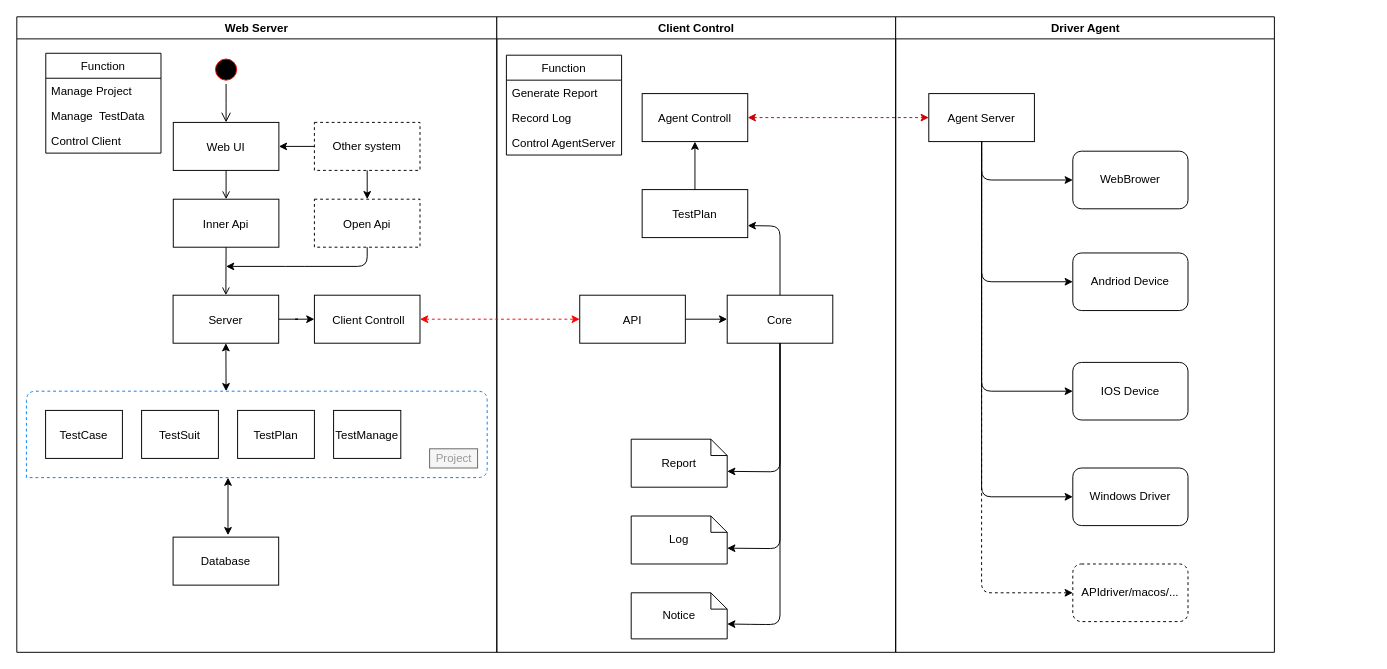
Before: Untitled Diagram.drawio in Jackerboy/auto, a draw.io diagram. Source tidied: cells renumbered, new cells numbered last; positions are measured from the earlier drawing's top-left corner, leaving out a move shared by most shapes. Both pictures are drawn from the tidied source at 96%, with x=0, y=0 at pixel (16, 16).
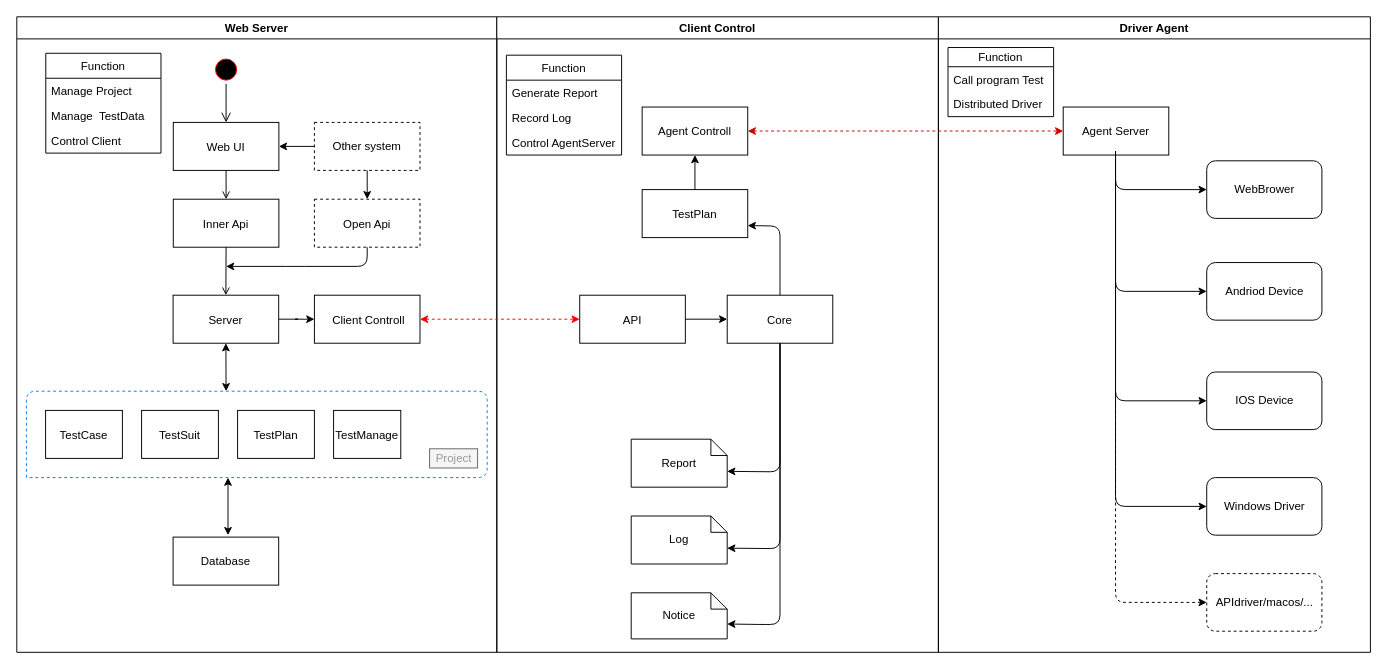
The same diagram, later.

The edit, as a diff of the source:
```diff
@@
     <mxCell id="29" value="Client Control" style="swimlane;whiteSpace=wrap;" parent="1" vertex="1">
-      <mxGeometry x="500" width="415.5" height="662" as="geometry" />
+      <mxGeometry x="500" width="460" height="662" as="geometry" />
     </mxCell>
@@
     <mxCell id="40" value="Agent Controll" parent="29" vertex="1">
-      <mxGeometry x="151.4" y="80" width="110" height="50" as="geometry" />
+      <mxGeometry x="151.4" y="94" width="110" height="50" as="geometry" />
     </mxCell>
@@
     <mxCell id="47" value="Driver Agent" style="swimlane;whiteSpace=wrap;startSize=23;" parent="1" vertex="1">
-      <mxGeometry x="915.5" width="394.5" height="662" as="geometry" />
+      <mxGeometry x="960" width="450" height="662" as="geometry" />
     </mxCell>
     <mxCell id="48" value="Agent Server" parent="47" vertex="1">
-      <mxGeometry x="34.5" y="80" width="110" height="50" as="geometry" />
+      <mxGeometry x="130" y="94" width="110" height="50" as="geometry" />
     </mxCell>
     <mxCell id="49" value="WebBrower" style="rounded=1;whiteSpace=wrap;html=1;" parent="47" vertex="1">
-      <mxGeometry x="184.5" y="140" width="120" height="60" as="geometry" />
+      <mxGeometry x="279.5" y="150" width="120" height="60" as="geometry" />
     </mxCell>
     <mxCell id="50" value="Windows Driver" style="rounded=1;whiteSpace=wrap;html=1;" parent="47" vertex="1">
-      <mxGeometry x="184.5" y="470" width="120" height="60" as="geometry" />
+      <mxGeometry x="279.5" y="480" width="120" height="60" as="geometry" />
     </mxCell>
     <mxCell id="51" value="IOS Device" style="rounded=1;whiteSpace=wrap;html=1;" parent="47" vertex="1">
-      <mxGeometry x="184.5" y="360" width="120" height="60" as="geometry" />
+      <mxGeometry x="279.5" y="370" width="120" height="60" as="geometry" />
     </mxCell>
     <mxCell id="52" value="Andriod Device" style="rounded=1;whiteSpace=wrap;html=1;" parent="47" vertex="1">
-      <mxGeometry x="184.5" y="246" width="120" height="60" as="geometry" />
+      <mxGeometry x="279.5" y="256" width="120" height="60" as="geometry" />
     </mxCell>
-    <mxCell id="53" style="endArrow=classic;html=1;strokeColor=#000000;entryX=0;entryY=0.5;entryDx=0;entryDy=0;exitX=0.5;exitY=1;exitDx=0;exitDy=0;" parent="47" edge="1" source="48" target="49">
+    <mxCell id="53" style="endArrow=classic;html=1;strokeColor=#000000;entryX=0;entryY=0.5;entryDx=0;entryDy=0;exitX=0.5;exitY=1;exitDx=0;exitDy=0;" parent="47" edge="1" target="49">
       <mxGeometry relative="1" as="geometry">
+        <mxPoint x="184.5" y="140" as="sourcePoint" />
         <Array as="points">
-          <mxPoint x="89.5" y="170" />
+          <mxPoint x="184.5" y="180" />
         </Array>
       </mxGeometry>
     </mxCell>
-    <mxCell id="54" style="endArrow=classic;html=1;strokeColor=#000000;entryX=0;entryY=0.5;entryDx=0;entryDy=0;exitX=0.5;exitY=1;exitDx=0;exitDy=0;" parent="47" edge="1" source="48" target="52">
+    <mxCell id="54" style="endArrow=classic;html=1;strokeColor=#000000;entryX=0;entryY=0.5;entryDx=0;entryDy=0;exitX=0.5;exitY=1;exitDx=0;exitDy=0;" parent="47" edge="1" target="52">
       <mxGeometry relative="1" as="geometry">
+        <mxPoint x="184.5" y="140" as="sourcePoint" />
         <Array as="points">
-          <mxPoint x="89.5" y="276" />
+          <mxPoint x="184.5" y="286" />
         </Array>
       </mxGeometry>
     </mxCell>
-    <mxCell id="55" style="endArrow=classic;html=1;strokeColor=#000000;entryX=0;entryY=0.5;entryDx=0;entryDy=0;exitX=0.5;exitY=1;exitDx=0;exitDy=0;" parent="47" edge="1" source="48" target="50">
+    <mxCell id="55" style="endArrow=classic;html=1;strokeColor=#000000;entryX=0;entryY=0.5;entryDx=0;entryDy=0;exitX=0.5;exitY=1;exitDx=0;exitDy=0;" parent="47" edge="1" target="50">
       <mxGeometry relative="1" as="geometry">
+        <mxPoint x="184.5" y="140" as="sourcePoint" />
         <Array as="points">
-          <mxPoint x="89.5" y="380" />
-          <mxPoint x="89.5" y="500" />
+          <mxPoint x="184.5" y="390" />
+          <mxPoint x="184.5" y="510" />
         </Array>
       </mxGeometry>
     </mxCell>
     <mxCell id="56" value="APIdriver/macos/..." style="rounded=1;whiteSpace=wrap;html=1;dashed=1;" parent="47" vertex="1">
-      <mxGeometry x="184.5" y="570" width="120" height="60" as="geometry" />
+      <mxGeometry x="279.5" y="580" width="120" height="60" as="geometry" />
     </mxCell>
-    <mxCell id="57" style="endArrow=classic;html=1;strokeColor=#000000;entryX=0;entryY=0.5;entryDx=0;entryDy=0;exitX=0.5;exitY=1;exitDx=0;exitDy=0;" parent="47" edge="1" source="48" target="51">
+    <mxCell id="57" style="endArrow=classic;html=1;strokeColor=#000000;entryX=0;entryY=0.5;entryDx=0;entryDy=0;exitX=0.5;exitY=1;exitDx=0;exitDy=0;" parent="47" edge="1" target="51">
       <mxGeometry relative="1" as="geometry">
+        <mxPoint x="184.5" y="140" as="sourcePoint" />
         <Array as="points">
-          <mxPoint x="89.5" y="390" />
+          <mxPoint x="184.5" y="400" />
         </Array>
       </mxGeometry>
     </mxCell>
-    <mxCell id="58" style="endArrow=classic;html=1;strokeColor=#000000;entryX=0;entryY=0.5;entryDx=0;entryDy=0;exitX=0.5;exitY=1;exitDx=0;exitDy=0;dashed=1;" parent="47" edge="1" source="48" target="56">
+    <mxCell id="58" style="endArrow=classic;html=1;strokeColor=#000000;entryX=0;entryY=0.5;entryDx=0;entryDy=0;exitX=0.5;exitY=1;exitDx=0;exitDy=0;dashed=1;" parent="47" edge="1" target="56">
       <mxGeometry relative="1" as="geometry">
+        <mxPoint x="184.5" y="140" as="sourcePoint" />
         <Array as="points">
-          <mxPoint x="89.5" y="600" />
+          <mxPoint x="184.5" y="610" />
         </Array>
       </mxGeometry>
     </mxCell>
+    <mxCell id="62" value="Function" style="swimlane;fontStyle=0;horizontal=1;startSize=20;fillColor=none;" parent="47" vertex="1">
+      <mxGeometry x="10" y="32" width="110" height="72" as="geometry" />
+    </mxCell>
+    <mxCell id="63" value="Call program Test" style="text;strokeColor=none;fillColor=none;align=left;verticalAlign=top;spacingLeft=4;spacingRight=4;overflow=hidden;" parent="62" vertex="1">
+      <mxGeometry y="20" width="110" height="26" as="geometry" />
+    </mxCell>
+    <mxCell id="64" value="Distributed Driver" style="text;strokeColor=none;fillColor=none;align=left;verticalAlign=top;spacingLeft=4;spacingRight=4;overflow=hidden;" parent="62" vertex="1">
+      <mxGeometry y="46" width="110" height="26" as="geometry" />
+    </mxCell>
```
